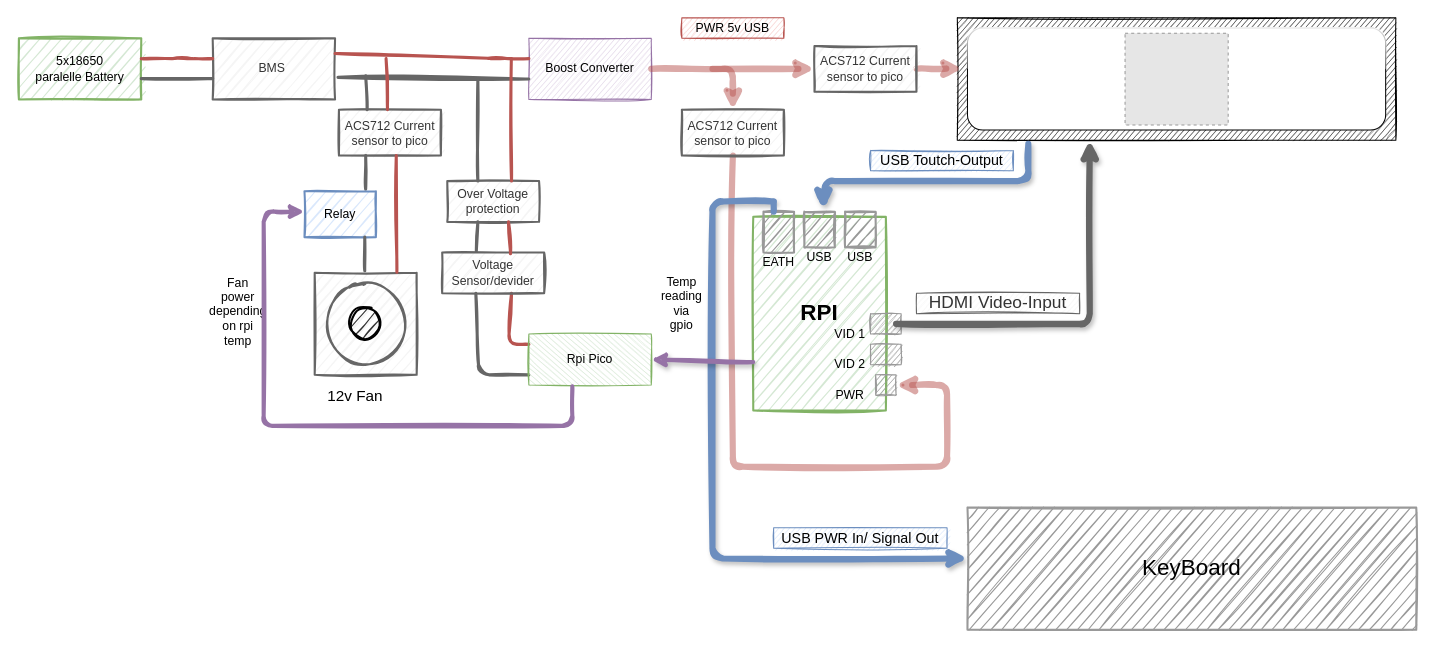
Above: Untitled Diagram.drawio in DoggeBoi/Led_matirx-_clock (draw.io), before the change. Source tidied: cells renumbered, new cells numbered last; positions are measured from the earlier drawing's top-left corner, leaving out a move shared by most shapes. Both pictures are drawn from the tidied source at 102%, with x=0, y=0 at pixel (18, 17). Pictures stored in the file or linked from it are replaced by grey dashed boxes.
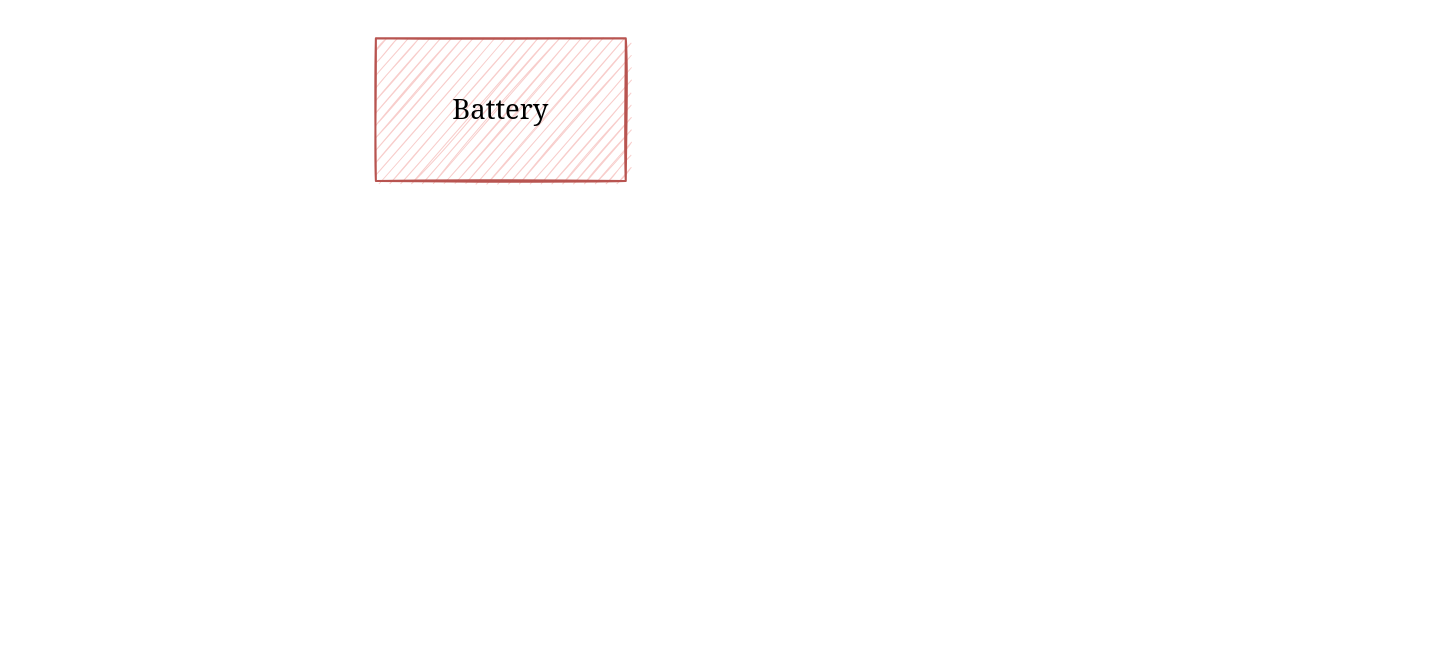
The same diagram, later.

The edit, as a diff of the source:
```diff
@@
-<mxGraphModel background="#ffffff">
+<mxGraphModel>
@@
-    <mxCell id="2" value="5x18650 paralelle&amp;nbsp;Battery" style="rounded=0;whiteSpace=wrap;html=1;fillColor=#d5e8d4;strokeColor=#82b366;sketch=1;strokeWidth=2;" parent="1" vertex="1">
-      <mxGeometry y="20" width="120" height="60" as="geometry" />
-    </mxCell>
-    <mxCell id="3" value="BMS&amp;nbsp;" style="rounded=0;whiteSpace=wrap;html=1;sketch=1;fillColor=#f5f5f5;strokeColor=#666666;fontColor=#333333;strokeWidth=2;" parent="1" vertex="1">
-      <mxGeometry x="190" y="20" width="120" height="60" as="geometry" />
-    </mxCell>
-    <mxCell id="4" style="endArrow=none;html=1;entryX=0;entryY=0.25;entryDx=0;entryDy=0;exitX=1;exitY=0.25;exitDx=0;exitDy=0;fillColor=#f5f5f5;strokeWidth=3;strokeColor=#666666;sketch=1;" parent="1" edge="1">
-      <mxGeometry relative="1" as="geometry">
-        <mxPoint x="120" y="59.6" as="sourcePoint" />
-        <mxPoint x="190" y="59.6" as="targetPoint" />
-      </mxGeometry>
-    </mxCell>
-    <mxCell id="5" style="endArrow=none;html=1;entryX=0;entryY=0.25;entryDx=0;entryDy=0;exitX=1;exitY=0.25;exitDx=0;exitDy=0;fillColor=#f8cecc;strokeWidth=3;strokeColor=#b85450;sketch=1;" parent="1" edge="1">
-      <mxGeometry relative="1" as="geometry">
-        <mxPoint x="120" y="40" as="sourcePoint" />
-        <mxPoint x="190" y="40" as="targetPoint" />
-        <Array as="points">
-          <mxPoint x="160" y="40" />
-        </Array>
-      </mxGeometry>
-    </mxCell>
-    <mxCell id="6" style="rounded=0;whiteSpace=wrap;html=1;fillColor=#333333;sketch=1;strokeWidth=1;" parent="1" vertex="1">
-      <mxGeometry x="920" width="430" height="120" as="geometry" />
-    </mxCell>
-    <mxCell id="7" style="rounded=1;whiteSpace=wrap;html=1;sketch=0;glass=1;" parent="1" vertex="1">
-      <mxGeometry x="930" y="10" width="410" height="100" as="geometry" />
-    </mxCell>
-    <mxCell id="8" style="fillColor=#E6E6E6;strokeColor=#999999;dashed=1;verticalLabelPosition=bottom;labelBackgroundColor=#ffffff;verticalAlign=top;" parent="1" vertex="1">
-      <mxGeometry x="1084.5" y="15" width="101.1" height="90" as="geometry" />
-    </mxCell>
-    <mxCell id="9" value="&lt;font style=&quot;font-size: 22px&quot;&gt;&lt;b&gt;RPI&lt;/b&gt;&lt;/font&gt;" style="rounded=0;whiteSpace=wrap;html=1;fillColor=#d5e8d4;strokeColor=#82b366;strokeWidth=2;shadow=0;sketch=1;glass=0;" parent="1" vertex="1">
-      <mxGeometry x="720" y="195" width="130" height="190" as="geometry" />
-    </mxCell>
-    <mxCell id="10" style="rounded=0;whiteSpace=wrap;html=1;shadow=0;glass=0;sketch=1;strokeWidth=2;gradientColor=none;fillColor=#999999;strokeColor=#999999;" parent="1" vertex="1">
-      <mxGeometry x="730" y="190" width="30" height="40" as="geometry" />
-    </mxCell>
-    <mxCell id="11" style="rounded=0;whiteSpace=wrap;html=1;shadow=0;glass=0;sketch=1;strokeWidth=2;gradientColor=none;fillColor=#999999;strokeColor=#999999;" parent="1" vertex="1">
-      <mxGeometry x="770" y="190" width="30" height="35" as="geometry" />
-    </mxCell>
-    <mxCell id="12" value="&lt;p style=&quot;line-height: 120% ; font-size: 5px&quot;&gt;&lt;br&gt;&lt;/p&gt;" style="rounded=0;whiteSpace=wrap;html=1;shadow=0;glass=0;sketch=1;strokeWidth=2;gradientColor=none;fillColor=#999999;strokeColor=#999999;" parent="1" vertex="1">
-      <mxGeometry x="810" y="190" width="30" height="35" as="geometry" />
-    </mxCell>
-    <mxCell id="13" style="rounded=0;whiteSpace=wrap;html=1;shadow=0;glass=0;sketch=1;strokeWidth=1;gradientColor=none;fillColor=#999999;strokeColor=#999999;" parent="1" vertex="1">
-      <mxGeometry x="840" y="350" width="20" height="20" as="geometry" />
-    </mxCell>
-    <mxCell id="14" style="rounded=0;whiteSpace=wrap;html=1;shadow=0;glass=0;sketch=1;strokeWidth=1;gradientColor=none;fillColor=#999999;strokeColor=#999999;" parent="1" vertex="1">
-      <mxGeometry x="835" y="320" width="30" height="20" as="geometry" />
-    </mxCell>
-    <mxCell id="15" style="rounded=0;whiteSpace=wrap;html=1;shadow=0;glass=0;sketch=1;strokeWidth=1;gradientColor=none;fillColor=#999999;strokeColor=#999999;" parent="1" vertex="1">
-      <mxGeometry x="835" y="290" width="30" height="20" as="geometry" />
-    </mxCell>
-    <mxCell id="16" value="USB" style="text;html=1;strokeColor=none;fillColor=none;align=center;verticalAlign=middle;whiteSpace=wrap;rounded=0;shadow=0;glass=0;sketch=1;" parent="1" vertex="1">
-      <mxGeometry x="805" y="225" width="40" height="20" as="geometry" />
-    </mxCell>
-    <mxCell id="17" value="USB" style="text;html=1;strokeColor=none;fillColor=none;align=center;verticalAlign=middle;whiteSpace=wrap;rounded=0;shadow=0;glass=0;sketch=1;" parent="1" vertex="1">
-      <mxGeometry x="765" y="225" width="40" height="20" as="geometry" />
-    </mxCell>
-    <mxCell id="18" value="EATH" style="text;html=1;strokeColor=none;fillColor=none;align=center;verticalAlign=middle;whiteSpace=wrap;rounded=0;shadow=0;glass=0;sketch=1;" parent="1" vertex="1">
-      <mxGeometry x="725" y="230" width="40" height="20" as="geometry" />
-    </mxCell>
-    <mxCell id="19" value="VID 1" style="text;html=1;strokeColor=none;fillColor=none;align=center;verticalAlign=middle;whiteSpace=wrap;rounded=0;shadow=0;glass=0;sketch=1;" parent="1" vertex="1">
-      <mxGeometry x="795" y="300" width="40" height="20" as="geometry" />
-    </mxCell>
-    <mxCell id="20" value="VID 2" style="text;html=1;strokeColor=none;fillColor=none;align=center;verticalAlign=middle;whiteSpace=wrap;rounded=0;shadow=0;glass=0;sketch=1;" parent="1" vertex="1">
-      <mxGeometry x="795" y="330" width="40" height="20" as="geometry" />
-    </mxCell>
-    <mxCell id="21" value="PWR" style="text;html=1;strokeColor=none;fillColor=none;align=center;verticalAlign=middle;whiteSpace=wrap;rounded=0;shadow=0;glass=0;sketch=1;" parent="1" vertex="1">
-      <mxGeometry x="795" y="360" width="40" height="20" as="geometry" />
-    </mxCell>
-    <mxCell id="22" style="edgeStyle=segmentEdgeStyle;endArrow=classic;html=1;strokeColor=#666666;strokeWidth=6;entryX=0.302;entryY=1;entryDx=0;entryDy=0;entryPerimeter=0;sketch=1;fillColor=#f5f5f5;shadow=1;" parent="1" edge="1" target="6">
-      <mxGeometry relative="1" as="geometry">
-        <mxPoint x="860" y="300" as="sourcePoint" />
-      </mxGeometry>
-    </mxCell>
-    <mxCell id="23" value="&lt;font style=&quot;font-size: 17px&quot;&gt;HDMI Video-Input&lt;/font&gt;" style="text;html=1;strokeColor=#666666;fillColor=#f5f5f5;align=center;verticalAlign=middle;whiteSpace=wrap;rounded=0;shadow=0;glass=0;sketch=1;fontColor=#333333;" parent="1" vertex="1">
-      <mxGeometry x="880" y="270" width="160" height="20" as="geometry" />
-    </mxCell>
-    <mxCell id="24" value="&lt;font style=&quot;font-size: 14px&quot;&gt;USB Toutch-Output&lt;/font&gt;" style="text;html=1;strokeColor=#6c8ebf;fillColor=#dae8fc;align=center;verticalAlign=middle;whiteSpace=wrap;rounded=0;shadow=0;glass=0;sketch=1;" parent="1" vertex="1">
-      <mxGeometry x="835" y="130" width="140" height="20" as="geometry" />
-    </mxCell>
-    <mxCell id="25" style="edgeStyle=segmentEdgeStyle;endArrow=classic;html=1;strokeColor=#6c8ebf;strokeWidth=6;sketch=1;fillColor=#dae8fc;shadow=1;exitX=0.162;exitY=1.03;exitDx=0;exitDy=0;exitPerimeter=0;entryX=0.622;entryY=-0.076;entryDx=0;entryDy=0;entryPerimeter=0;" parent="1" edge="1" source="6" target="11">
-      <mxGeometry relative="1" as="geometry">
-        <Array as="points">
-          <mxPoint x="990" y="160" />
-          <mxPoint x="790" y="160" />
-          <mxPoint x="790" y="180" />
-          <mxPoint x="789" y="180" />
-        </Array>
-      </mxGeometry>
-    </mxCell>
-    <mxCell id="26" style="edgeStyle=orthogonalEdgeStyle;endArrow=classic;html=1;shadow=0;strokeColor=#b85450;strokeWidth=6;sketch=1;fillColor=#f8cecc;opacity=50;" parent="1" edge="1" source="47">
-      <mxGeometry relative="1" as="geometry">
-        <mxPoint x="860" y="360" as="targetPoint" />
-        <Array as="points">
-          <mxPoint x="700" y="440" />
-          <mxPoint x="910" y="440" />
-          <mxPoint x="910" y="360" />
-        </Array>
-      </mxGeometry>
-    </mxCell>
-    <mxCell id="27" value="PWR 5v USB" style="text;html=1;strokeColor=#b85450;fillColor=#f8cecc;align=center;verticalAlign=middle;whiteSpace=wrap;rounded=0;sketch=1;" parent="1" vertex="1">
-      <mxGeometry x="650" width="100" height="20" as="geometry" />
-    </mxCell>
-    <mxCell id="28" style="endArrow=classic;html=1;shadow=0;strokeColor=#b85450;strokeWidth=6;fillColor=#f8cecc;sketch=1;opacity=50;" parent="1" edge="1" source="45">
-      <mxGeometry relative="1" as="geometry">
-        <mxPoint x="925" y="49.8" as="targetPoint" />
-      </mxGeometry>
-    </mxCell>
-    <mxCell id="29" value="&lt;font style=&quot;font-size: 22px&quot;&gt;KeyBoard&lt;/font&gt;" style="rounded=0;whiteSpace=wrap;html=1;shadow=0;glass=0;sketch=1;strokeColor=#999999;strokeWidth=2;fillColor=#999999;" parent="1" vertex="1">
-      <mxGeometry x="930" y="480" width="440" height="120" as="geometry" />
-    </mxCell>
-    <mxCell id="30" style="edgeStyle=elbowEdgeStyle;elbow=horizontal;endArrow=classic;html=1;shadow=1;strokeColor=#6c8ebf;strokeWidth=6;fillColor=#dae8fc;sketch=1;" parent="1" edge="1">
-      <mxGeometry relative="1" as="geometry">
-        <mxPoint x="740" y="180" as="sourcePoint" />
-        <mxPoint x="930" y="530" as="targetPoint" />
-        <Array as="points">
-          <mxPoint x="680" y="220" />
-        </Array>
-      </mxGeometry>
-    </mxCell>
-    <mxCell id="31" style="endArrow=none;html=1;shadow=0;strokeColor=#6c8ebf;strokeWidth=6;sketch=1;fillColor=#dae8fc;" parent="1" edge="1">
-      <mxGeometry relative="1" as="geometry">
-        <mxPoint x="740" y="190" as="sourcePoint" />
-        <mxPoint x="740" y="180" as="targetPoint" />
-      </mxGeometry>
-    </mxCell>
-    <mxCell id="32" value="&lt;font style=&quot;font-size: 14px&quot;&gt;USB PWR In/ Signal Out&lt;/font&gt;" style="text;html=1;strokeColor=#6c8ebf;fillColor=#dae8fc;align=center;verticalAlign=middle;whiteSpace=wrap;rounded=0;shadow=0;glass=0;sketch=1;" parent="1" vertex="1">
-      <mxGeometry x="740" y="500" width="170" height="20" as="geometry" />
-    </mxCell>
-    <mxCell id="33" value="Boost Converter" style="rounded=0;whiteSpace=wrap;html=1;sketch=1;fillColor=#e1d5e7;strokeColor=#9673a6;" parent="1" vertex="1">
-      <mxGeometry x="500" y="20" width="120" height="60" as="geometry" />
-    </mxCell>
-    <mxCell id="34" style="endArrow=none;html=1;entryX=0;entryY=0.25;entryDx=0;entryDy=0;exitX=1.024;exitY=0.639;exitDx=0;exitDy=0;fillColor=#f5f5f5;strokeWidth=3;strokeColor=#666666;sketch=1;exitPerimeter=0;" parent="1" edge="1" source="3">
-      <mxGeometry relative="1" as="geometry">
-        <mxPoint x="500" y="60" as="targetPoint" />
-      </mxGeometry>
-    </mxCell>
-    <mxCell id="35" style="endArrow=none;html=1;entryX=0;entryY=0.25;entryDx=0;entryDy=0;exitX=1;exitY=0.25;exitDx=0;exitDy=0;fillColor=#f8cecc;strokeWidth=3;strokeColor=#b85450;sketch=1;" parent="1" edge="1" source="3">
-      <mxGeometry relative="1" as="geometry">
-        <mxPoint x="500" y="40" as="targetPoint" />
-        <Array as="points">
-          <mxPoint x="470" y="40" />
-        </Array>
-      </mxGeometry>
-    </mxCell>
-    <mxCell id="36" style="endArrow=none;html=1;strokeWidth=3;fillColor=#f8cecc;strokeColor=#b85450;sketch=1;" parent="1" edge="1">
-      <mxGeometry relative="1" as="geometry">
-        <mxPoint x="500" y="320" as="sourcePoint" />
-        <mxPoint x="483" y="270" as="targetPoint" />
-        <Array as="points">
-          <mxPoint x="480" y="320" />
-        </Array>
-      </mxGeometry>
-    </mxCell>
-    <mxCell id="37" style="endArrow=none;html=1;strokeWidth=3;fillColor=#f5f5f5;strokeColor=#666666;sketch=1;" parent="1" edge="1">
-      <mxGeometry relative="1" as="geometry">
-        <mxPoint x="500" y="350" as="sourcePoint" />
-        <mxPoint x="448" y="270" as="targetPoint" />
-        <Array as="points">
-          <mxPoint x="451" y="350" />
-        </Array>
-      </mxGeometry>
-    </mxCell>
-    <mxCell id="38" value="Voltage Sensor/devider" style="text;html=1;strokeColor=#666666;fillColor=#f5f5f5;align=center;verticalAlign=middle;whiteSpace=wrap;rounded=0;sketch=1;fontColor=#333333;shadow=0;strokeWidth=2;" parent="1" vertex="1">
-      <mxGeometry x="415" y="230" width="100" height="40" as="geometry" />
-    </mxCell>
-    <mxCell id="39" value="Over Voltage protection" style="rounded=0;whiteSpace=wrap;html=1;shadow=0;sketch=1;fillColor=#f5f5f5;strokeColor=#666666;fontColor=#333333;direction=east;strokeWidth=2;" parent="1" vertex="1">
-      <mxGeometry x="420" y="160" width="90" height="40" as="geometry" />
-    </mxCell>
-    <mxCell id="40" style="endArrow=none;html=1;fillColor=#f5f5f5;strokeWidth=3;strokeColor=#666666;sketch=1;" parent="1" edge="1">
-      <mxGeometry relative="1" as="geometry">
-        <mxPoint x="450" y="160" as="sourcePoint" />
-        <mxPoint x="450" y="60" as="targetPoint" />
-      </mxGeometry>
-    </mxCell>
-    <mxCell id="41" style="endArrow=none;html=1;fillColor=#f8cecc;strokeWidth=3;strokeColor=#b85450;sketch=1;" parent="1" edge="1">
-      <mxGeometry relative="1" as="geometry">
-        <mxPoint x="483" y="160" as="sourcePoint" />
-        <mxPoint x="482.8" y="40" as="targetPoint" />
-      </mxGeometry>
-    </mxCell>
-    <mxCell id="42" style="endArrow=none;html=1;fillColor=#f8cecc;strokeWidth=3;strokeColor=#b85450;sketch=1;exitX=0.67;exitY=0.033;exitDx=0;exitDy=0;exitPerimeter=0;" parent="1" edge="1" source="38">
-      <mxGeometry relative="1" as="geometry">
-        <mxPoint x="480" y="200" as="targetPoint" />
-      </mxGeometry>
-    </mxCell>
-    <mxCell id="43" style="endArrow=none;html=1;fillColor=#f5f5f5;strokeWidth=3;strokeColor=#666666;sketch=1;exitX=0.335;exitY=-0.034;exitDx=0;exitDy=0;exitPerimeter=0;" parent="1" edge="1" source="38">
-      <mxGeometry relative="1" as="geometry">
-        <mxPoint x="450" y="200" as="targetPoint" />
-      </mxGeometry>
-    </mxCell>
-    <mxCell id="44" value="Rpi Pico" style="text;html=1;strokeColor=#82b366;fillColor=#d5e8d4;align=center;verticalAlign=middle;whiteSpace=wrap;rounded=0;sketch=1;shadow=0;direction=south;" parent="1" vertex="1">
-      <mxGeometry x="500" y="310" width="120" height="50" as="geometry" />
-    </mxCell>
-    <mxCell id="45" value="ACS712 Current sensor to pico" style="rounded=0;whiteSpace=wrap;html=1;shadow=0;sketch=1;fillColor=#f5f5f5;strokeColor=#666666;fontColor=#333333;direction=east;strokeWidth=2;" parent="1" vertex="1">
-      <mxGeometry x="780" y="27.5" width="100" height="45" as="geometry" />
-    </mxCell>
-    <mxCell id="46" style="endArrow=classic;html=1;shadow=0;strokeColor=#b85450;strokeWidth=6;fillColor=#f8cecc;sketch=1;opacity=50;" parent="1" edge="1" target="45">
-      <mxGeometry relative="1" as="geometry">
-        <mxPoint x="680" y="50" as="sourcePoint" />
-      </mxGeometry>
-    </mxCell>
-    <mxCell id="47" value="ACS712 Current sensor to pico" style="rounded=0;whiteSpace=wrap;html=1;shadow=0;sketch=1;fillColor=#f5f5f5;strokeColor=#666666;fontColor=#333333;direction=east;strokeWidth=2;" parent="1" vertex="1">
-      <mxGeometry x="650" y="90" width="100" height="45" as="geometry" />
-    </mxCell>
-    <mxCell id="48" style="edgeStyle=orthogonalEdgeStyle;endArrow=classic;html=1;shadow=0;strokeColor=#b85450;strokeWidth=6;sketch=1;fillColor=#f8cecc;opacity=50;" parent="1" edge="1" target="47">
-      <mxGeometry relative="1" as="geometry">
-        <mxPoint x="620" y="50" as="sourcePoint" />
-        <Array as="points">
-          <mxPoint x="700" y="50" />
-        </Array>
-      </mxGeometry>
-    </mxCell>
-    <mxCell id="49" style="whiteSpace=wrap;html=1;shadow=0;sketch=1;strokeWidth=2;glass=0;fillColor=#f5f5f5;strokeColor=#666666;fontColor=#333333;" parent="1" vertex="1">
-      <mxGeometry x="290" y="250" width="100" height="100" as="geometry" />
-    </mxCell>
-    <mxCell id="50" style="ellipse;whiteSpace=wrap;html=1;shadow=0;glass=0;sketch=1;strokeWidth=2;fillColor=#f5f5f5;strokeColor=#666666;fontColor=#333333;" parent="1" vertex="1">
-      <mxGeometry x="300" y="260" width="80" height="80" as="geometry" />
-    </mxCell>
-    <mxCell id="51" style="ellipse;whiteSpace=wrap;html=1;shadow=0;glass=0;sketch=1;strokeWidth=2;gradientColor=none;fillColor=#333333;" parent="1" vertex="1">
-      <mxGeometry x="323.8" y="283.8" width="31.2" height="31.2" as="geometry" />
-    </mxCell>
-    <mxCell id="52" value="&lt;font style=&quot;font-size: 15px&quot;&gt;12v Fan&lt;/font&gt;" style="text;html=1;strokeColor=none;fillColor=none;align=center;verticalAlign=middle;whiteSpace=wrap;rounded=0;shadow=0;glass=0;sketch=1;strokeWidth=3;" parent="1" vertex="1">
-      <mxGeometry x="290" y="360" width="80" height="20" as="geometry" />
-    </mxCell>
-    <mxCell id="53" value="ACS712 Current sensor to pico" style="rounded=0;whiteSpace=wrap;html=1;shadow=0;sketch=1;fillColor=#f5f5f5;strokeColor=#666666;fontColor=#333333;direction=east;strokeWidth=2;" parent="1" vertex="1">
-      <mxGeometry x="313.8" y="90" width="100" height="45" as="geometry" />
-    </mxCell>
-    <mxCell id="54" style="endArrow=none;html=1;fillColor=#f5f5f5;strokeWidth=3;strokeColor=#666666;sketch=1;" parent="1" edge="1">
-      <mxGeometry relative="1" as="geometry">
-        <mxPoint x="340" y="168" as="sourcePoint" />
-        <mxPoint x="340" y="135" as="targetPoint" />
-      </mxGeometry>
-    </mxCell>
-    <mxCell id="55" style="endArrow=none;html=1;fillColor=#f8cecc;strokeWidth=3;strokeColor=#b85450;sketch=1;exitX=0.806;exitY=-0.007;exitDx=0;exitDy=0;exitPerimeter=0;" parent="1" edge="1" source="49">
-      <mxGeometry relative="1" as="geometry">
-        <mxPoint x="370" y="135" as="targetPoint" />
-      </mxGeometry>
-    </mxCell>
-    <mxCell id="56" style="endArrow=none;html=1;fillColor=#f5f5f5;strokeWidth=3;strokeColor=#666666;sketch=1;exitX=0.614;exitY=-0.019;exitDx=0;exitDy=0;exitPerimeter=0;" parent="1" edge="1">
-      <mxGeometry relative="1" as="geometry">
-        <mxPoint x="341.4" y="90" as="sourcePoint" />
-        <mxPoint x="340" y="56.9" as="targetPoint" />
-      </mxGeometry>
-    </mxCell>
-    <mxCell id="57" style="endArrow=none;html=1;fillColor=#f8cecc;strokeWidth=3;strokeColor=#b85450;sketch=1;exitX=0.614;exitY=-0.019;exitDx=0;exitDy=0;exitPerimeter=0;" parent="1" edge="1">
-      <mxGeometry relative="1" as="geometry">
-        <mxPoint x="361.4" y="90" as="sourcePoint" />
-        <mxPoint x="360" y="40" as="targetPoint" />
-      </mxGeometry>
-    </mxCell>
-    <mxCell id="58" style="endArrow=classic;html=1;strokeWidth=4;sketch=1;entryX=0.5;entryY=0;entryDx=0;entryDy=0;exitX=0;exitY=0.75;exitDx=0;exitDy=0;fillColor=#e1d5e7;strokeColor=#9673a6;shadow=1;" parent="1" edge="1" source="9" target="44">
-      <mxGeometry relative="1" as="geometry" />
-    </mxCell>
-    <mxCell id="59" value="Temp reading via gpio" style="text;html=1;strokeColor=none;fillColor=none;align=center;verticalAlign=middle;whiteSpace=wrap;rounded=0;shadow=0;glass=0;sketch=1;" parent="1" vertex="1">
-      <mxGeometry x="630" y="245" width="40" height="70" as="geometry" />
-    </mxCell>
-    <mxCell id="60" value="Relay" style="rounded=0;whiteSpace=wrap;html=1;shadow=0;sketch=1;fillColor=#dae8fc;strokeColor=#6c8ebf;direction=east;strokeWidth=2;" parent="1" vertex="1">
-      <mxGeometry x="280" y="170" width="70" height="45" as="geometry" />
-    </mxCell>
-    <mxCell id="61" style="endArrow=none;html=1;fillColor=#f5f5f5;strokeWidth=3;strokeColor=#666666;sketch=1;" parent="1" edge="1">
-      <mxGeometry relative="1" as="geometry">
-        <mxPoint x="339.1" y="248" as="sourcePoint" />
-        <mxPoint x="339.1" y="215" as="targetPoint" />
-      </mxGeometry>
-    </mxCell>
-    <mxCell id="62" value="Fan power depending on rpi temp" style="text;html=1;strokeColor=none;fillColor=none;align=center;verticalAlign=middle;whiteSpace=wrap;rounded=0;shadow=0;glass=0;sketch=1;" parent="1" vertex="1">
-      <mxGeometry x="190" y="250" width="50" height="76.2" as="geometry" />
-    </mxCell>
-    <mxCell id="63" style="edgeStyle=segmentEdgeStyle;endArrow=classic;html=1;shadow=0;strokeWidth=4;fillColor=#e1d5e7;strokeColor=#9673a6;sketch=1;exitX=1.026;exitY=0.645;exitDx=0;exitDy=0;exitPerimeter=0;" parent="1" edge="1" source="44">
-      <mxGeometry relative="1" as="geometry">
-        <mxPoint x="280" y="190" as="targetPoint" />
-        <Array as="points">
-          <mxPoint x="543" y="400" />
-          <mxPoint x="240" y="450" />
-          <mxPoint x="240" y="190" />
-        </Array>
-      </mxGeometry>
-    </mxCell>
+    <mxCell id="64" value="&lt;font face=&quot;Georgia&quot; style=&quot;font-size: 27px&quot;&gt;Battery&lt;/font&gt;" style="rounded=0;whiteSpace=wrap;html=1;glass=0;sketch=1;strokeWidth=2;shadow=0;fillStyle=hachure;fillColor=#f8cecc;strokeColor=#b85450;" parent="1" vertex="1">
+      <mxGeometry x="350" y="20" width="245" height="140" as="geometry" />
+    </mxCell>
```
